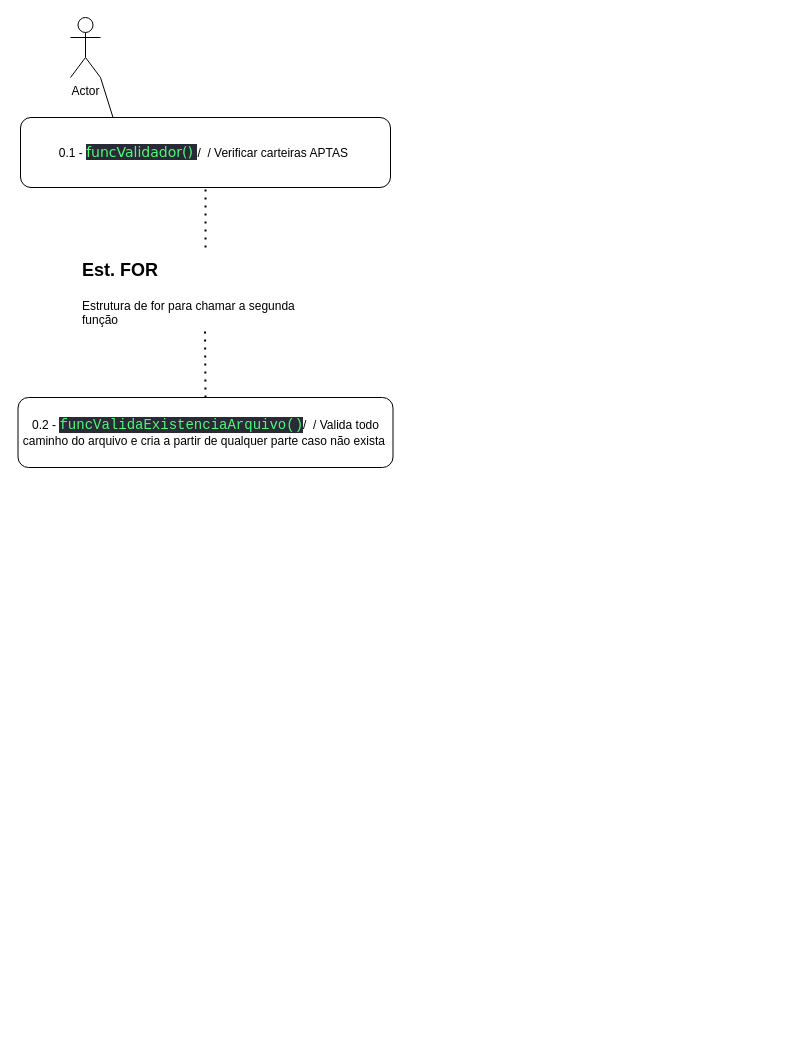
The draw.io diagram Diagrama sem nome.drawio in AguinaldoDs/Python-Skills, before the edit. Source tidied: cells renumbered, new cells numbered last; positions are measured from the earlier drawing's top-left corner, leaving out a move shared by most shapes. Both pictures are drawn from the tidied source at 100%, with x=0, y=0 at pixel (18, 17).
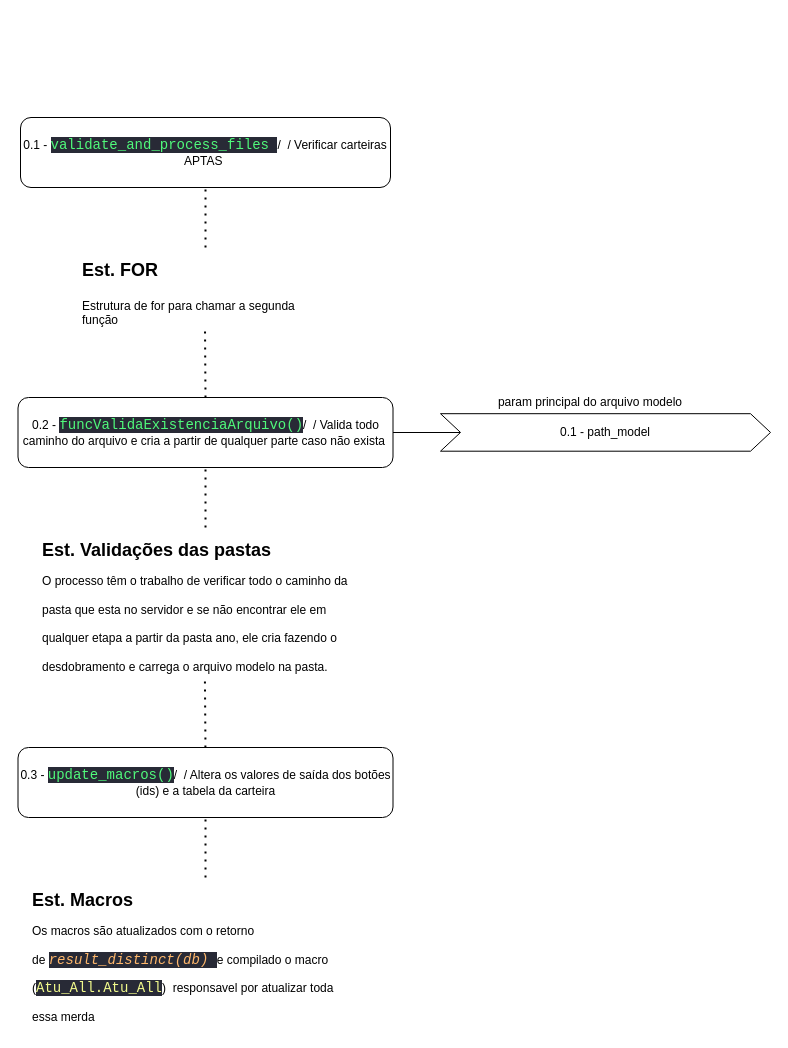
Above is the later version.

The change refers to these unchanged cells:
```xml
<mxCell id="5" value="0.2 -&amp;nbsp;&lt;span style=&quot;color: rgb(80, 250, 123); background-color: rgb(40, 42, 54); font-family: Consolas, &amp;quot;Courier New&amp;quot;, monospace; font-size: 14px; white-space: pre;&quot;&gt;funcValidaExistenciaArquivo()&lt;/span&gt;&lt;span style=&quot;background-color: transparent; color: light-dark(rgb(0, 0, 0), rgb(255, 255, 255));&quot;&gt;/&amp;nbsp; / Valida todo caminho do arquivo e cria a partir de qualquer parte caso não exista&amp;nbsp;&lt;/span&gt;" style="rounded=1;whiteSpace=wrap;html=1;" parent="1" vertex="1">
  <mxGeometry x="-0.5" y="380" width="375" height="70" as="geometry" />
</mxCell>
```

Change to the diagram source:
```diff
@@
-    <mxCell id="2" value="0.1 -&amp;nbsp;&lt;span style=&quot;color: rgb(80, 250, 123); background-color: rgb(40, 42, 54); font-size: 14px; white-space: pre;&quot;&gt;&lt;font face=&quot;Verdana&quot;&gt;funcValidador() &lt;/font&gt;&lt;/span&gt;&lt;span style=&quot;background-color: transparent; color: light-dark(rgb(0, 0, 0), rgb(255, 255, 255));&quot;&gt;/&amp;nbsp; / Verificar carteiras APTAS&amp;nbsp;&lt;/span&gt;" style="rounded=1;whiteSpace=wrap;html=1;" parent="1" vertex="1">
+    <mxCell id="2" value="0.1 -&amp;nbsp;&lt;span style=&quot;color: rgb(80, 250, 123); background-color: rgb(40, 42, 54); font-family: Consolas, &amp;quot;Courier New&amp;quot;, monospace; font-size: 14px; white-space: pre;&quot;&gt;validate_and_process_files &lt;/span&gt;&lt;span style=&quot;background-color: transparent; color: light-dark(rgb(0, 0, 0), rgb(255, 255, 255));&quot;&gt;/&amp;nbsp; / Verificar carteiras APTAS&amp;nbsp;&lt;/span&gt;" style="rounded=1;whiteSpace=wrap;html=1;" parent="1" vertex="1">
       <mxGeometry x="2" y="100" width="370" height="70" as="geometry" />
     </mxCell>
-    <mxCell id="3" value="Actor" style="shape=umlActor;verticalLabelPosition=bottom;verticalAlign=top;html=1;outlineConnect=0;" parent="1" vertex="1">
-      <mxGeometry x="52" width="30" height="60" as="geometry" />
-    </mxCell>
-    <mxCell id="4" style="endArrow=none;html=1;rounded=0;exitX=0.25;exitY=0;exitDx=0;exitDy=0;entryX=1;entryY=1;entryDx=0;entryDy=0;entryPerimeter=0;" parent="1" edge="1" source="2" target="3">
-      <mxGeometry relative="1" as="geometry" />
-    </mxCell>
@@
+    <mxCell id="9" value="&lt;h1 style=&quot;margin-top: 0px;&quot;&gt;&lt;font style=&quot;font-size: 18px;&quot;&gt;Est. Validações das pastas&lt;br&gt;&lt;/font&gt;&lt;span style=&quot;background-color: transparent; color: light-dark(rgb(0, 0, 0), rgb(255, 255, 255)); font-size: 12px; font-weight: normal;&quot;&gt;O processo têm o trabalho de verificar todo o caminho da pasta que esta no servidor e se não encontrar ele em qualquer etapa a partir da pasta ano, ele cria fazendo o desdobramento e carrega o arquivo modelo na pasta.&lt;/span&gt;&lt;/h1&gt;" style="text;html=1;whiteSpace=wrap;overflow=hidden;rounded=0;" parent="1" vertex="1">
+      <mxGeometry x="22" y="510" width="330" height="150" as="geometry" />
+    </mxCell>
+    <mxCell id="10" style="endArrow=none;dashed=1;html=1;dashPattern=1 3;strokeWidth=2;rounded=0;entryX=0.5;entryY=1;entryDx=0;entryDy=0;" parent="1" edge="1" source="9">
+      <mxGeometry relative="1" as="geometry">
+        <mxPoint x="187" y="450" as="targetPoint" />
+      </mxGeometry>
+    </mxCell>
+    <mxCell id="11" style="endArrow=none;dashed=1;html=1;dashPattern=1 3;strokeWidth=2;rounded=0;entryX=0.5;entryY=1;entryDx=0;entryDy=0;exitX=0.5;exitY=0;exitDx=0;exitDy=0;" parent="1" edge="1">
+      <mxGeometry relative="1" as="geometry">
+        <mxPoint x="186.9" y="730" as="sourcePoint" />
+        <mxPoint x="186.4" y="660" as="targetPoint" />
+        <Array as="points">
+          <mxPoint x="186.9" y="720" />
+        </Array>
+      </mxGeometry>
+    </mxCell>
+    <mxCell id="12" style="endArrow=none;html=1;rounded=0;exitX=1;exitY=0.5;exitDx=0;exitDy=0;" parent="1" edge="1" source="5">
+      <mxGeometry relative="1" as="geometry">
+        <mxPoint x="442" y="415" as="targetPoint" />
+      </mxGeometry>
+    </mxCell>
+    <mxCell id="13" value="0.1 - path_model" style="shape=step;perimeter=stepPerimeter;whiteSpace=wrap;html=1;fixedSize=1;" parent="1" vertex="1">
+      <mxGeometry x="422" y="396.2" width="330" height="37.5" as="geometry" />
+    </mxCell>
+    <mxCell id="14" value="param principal do arquivo modelo" style="text;html=1;align=center;verticalAlign=middle;whiteSpace=wrap;rounded=0;" parent="1" vertex="1">
+      <mxGeometry x="412" y="370" width="320" height="30" as="geometry" />
+    </mxCell>
+    <mxCell id="15" value="0.3 -&amp;nbsp;&lt;span style=&quot;color: rgb(80, 250, 123); background-color: rgb(40, 42, 54); font-family: Consolas, &amp;quot;Courier New&amp;quot;, monospace; font-size: 14px; white-space: pre;&quot;&gt;update_macros&lt;/span&gt;&lt;span style=&quot;color: rgb(80, 250, 123); background-color: rgb(40, 42, 54); font-family: Consolas, &amp;quot;Courier New&amp;quot;, monospace; font-size: 14px; white-space: pre;&quot;&gt;()&lt;/span&gt;&lt;span style=&quot;background-color: transparent; color: light-dark(rgb(0, 0, 0), rgb(255, 255, 255));&quot;&gt;/&amp;nbsp; / Altera os valores de saída dos botões (ids) e a tabela da carteira&lt;/span&gt;" style="rounded=1;whiteSpace=wrap;html=1;" parent="1" vertex="1">
+      <mxGeometry x="-0.5" y="730" width="375" height="70" as="geometry" />
+    </mxCell>
+    <mxCell id="16" style="endArrow=none;dashed=1;html=1;dashPattern=1 3;strokeWidth=2;rounded=0;entryX=0.5;entryY=1;entryDx=0;entryDy=0;" parent="1" edge="1">
+      <mxGeometry relative="1" as="geometry">
+        <mxPoint x="187" y="860" as="sourcePoint" />
+        <mxPoint x="187" y="800" as="targetPoint" />
+      </mxGeometry>
+    </mxCell>
+    <mxCell id="17" value="&lt;h1 style=&quot;margin-top: 0px;&quot;&gt;&lt;font style=&quot;font-size: 18px;&quot;&gt;Est. Macros&lt;br&gt;&lt;/font&gt;&lt;span style=&quot;background-color: transparent; color: light-dark(rgb(0, 0, 0), rgb(255, 255, 255)); font-size: 12px; font-weight: normal;&quot;&gt;Os macros são atualizados com o retorno de&amp;nbsp;&lt;/span&gt;&lt;span style=&quot;color: rgb(255, 184, 108); font-style: italic; background-color: rgb(40, 42, 54); font-family: Consolas, &amp;quot;Courier New&amp;quot;, monospace; font-size: 14px; white-space: pre; font-weight: normal;&quot;&gt;result_distinct(db) &lt;/span&gt;&lt;span style=&quot;background-color: transparent; color: light-dark(rgb(0, 0, 0), rgb(255, 255, 255)); font-size: 12px; font-weight: normal;&quot;&gt;e compilado o macro (&lt;/span&gt;&lt;span style=&quot;color: rgb(241, 250, 140); background-color: rgb(40, 42, 54); font-family: Consolas, &amp;quot;Courier New&amp;quot;, monospace; font-size: 14px; white-space: pre; font-weight: normal;&quot;&gt;Atu_All.Atu_All&lt;/span&gt;&lt;span style=&quot;background-color: transparent; color: light-dark(rgb(0, 0, 0), rgb(255, 255, 255)); font-size: 12px; font-weight: normal;&quot;&gt;)&amp;nbsp; responsavel por atualizar toda essa merda&lt;/span&gt;&lt;/h1&gt;" style="text;html=1;whiteSpace=wrap;overflow=hidden;rounded=0;" parent="1" vertex="1">
+      <mxGeometry x="12" y="860" width="330" height="150" as="geometry" />
+    </mxCell>
```
